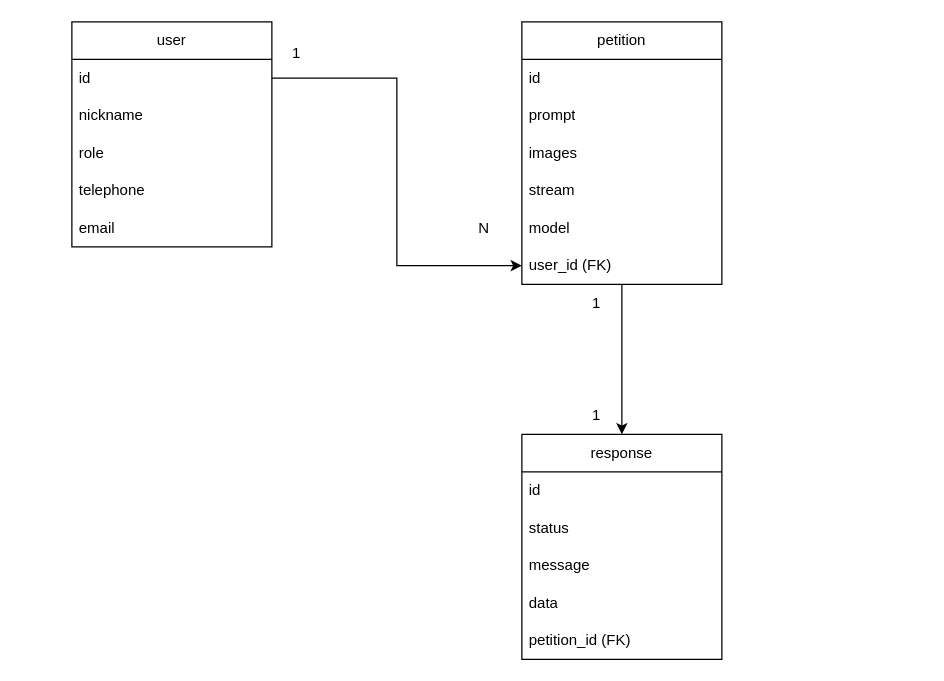
This is diagrama_db.drawio from victor06-git/UXIAServer, a draw.io file, before an edit. Source tidied: cells renumbered, new cells numbered last; positions are measured from the earlier drawing's top-left corner, leaving out a move shared by most shapes. Both pictures are drawn from the tidied source at 125%, with x=0, y=0 at pixel (71, 21).
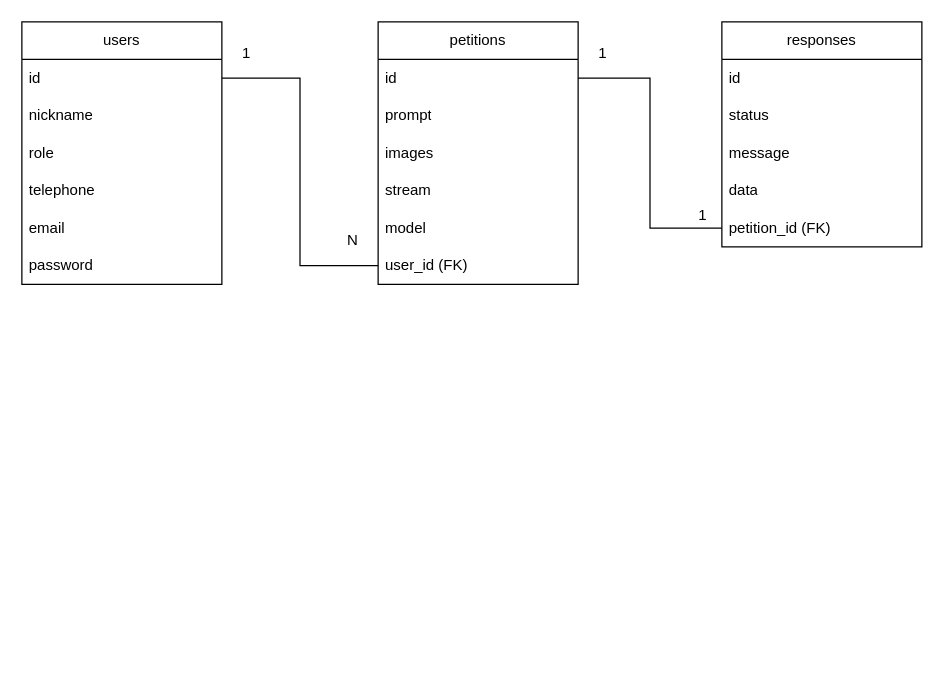
Above is the later version.

The change refers to these unchanged cells:
```xml
<mxCell id="3" value="id" style="text;strokeColor=none;fillColor=none;align=left;verticalAlign=middle;spacingLeft=4;spacingRight=4;overflow=hidden;points=[[0,0.5],[1,0.5]];portConstraint=eastwest;whiteSpace=wrap;html=1;" parent="2" vertex="1">
  <mxGeometry y="30" width="160" height="30" as="geometry" />
</mxCell>
<mxCell id="10" value="id" style="text;strokeColor=none;fillColor=none;align=left;verticalAlign=middle;spacingLeft=4;spacingRight=4;overflow=hidden;points=[[0,0.5],[1,0.5]];portConstraint=eastwest;whiteSpace=wrap;html=1;" parent="9" vertex="1">
  <mxGeometry y="30" width="160" height="30" as="geometry" />
</mxCell>
<mxCell id="15" value="user_id (FK)" style="text;strokeColor=none;fillColor=none;align=left;verticalAlign=middle;spacingLeft=4;spacingRight=4;overflow=hidden;points=[[0,0.5],[1,0.5]];portConstraint=eastwest;whiteSpace=wrap;html=1;" parent="9" vertex="1">
  <mxGeometry y="180" width="160" height="30" as="geometry" />
</mxCell>
<mxCell id="21" value="petition_id (FK)" style="text;strokeColor=none;fillColor=none;align=left;verticalAlign=middle;spacingLeft=4;spacingRight=4;overflow=hidden;points=[[0,0.5],[1,0.5]];portConstraint=eastwest;whiteSpace=wrap;html=1;" parent="16" vertex="1">
  <mxGeometry y="150" width="160" height="30" as="geometry" />
</mxCell>
```

The edit, as a diff of the source:
```diff
@@
-    <mxCell id="2" value="user" style="swimlane;fontStyle=0;horizontal=1;startSize=30;whiteSpace=wrap;html=1;" parent="1" vertex="1">
-      <mxGeometry width="160" height="180" as="geometry" />
+    <mxCell id="2" value="users" style="swimlane;fontStyle=0;horizontal=1;startSize=30;whiteSpace=wrap;html=1;" parent="1" vertex="1">
+      <mxGeometry x="-40" width="160" height="210" as="geometry" />
     </mxCell>
@@
-    <mxCell id="8" style="edgeStyle=orthogonalEdgeStyle;rounded=0;jettySize=auto;html=1;entryX=0.5;entryY=0;entryDx=0;entryDy=0;" parent="1" edge="1" source="9" target="16">
-      <mxGeometry relative="1" as="geometry" />
-    </mxCell>
+    <mxCell id="27" value="password" style="text;strokeColor=none;fillColor=none;align=left;verticalAlign=middle;spacingLeft=4;spacingRight=4;overflow=hidden;whiteSpace=wrap;html=1;" parent="2" vertex="1">
+      <mxGeometry y="180" width="160" height="30" as="geometry" />
+    </mxCell>
-    <mxCell id="9" value="petition" style="swimlane;fontStyle=0;horizontal=1;startSize=30;whiteSpace=wrap;html=1;" parent="1" vertex="1">
-      <mxGeometry x="360" width="160" height="210" as="geometry" />
+    <mxCell id="9" value="petitions" style="swimlane;fontStyle=0;horizontal=1;startSize=30;whiteSpace=wrap;html=1;" parent="1" vertex="1">
+      <mxGeometry x="245" width="160" height="210" as="geometry" />
     </mxCell>
@@
-    <mxCell id="16" value="response" style="swimlane;fontStyle=0;horizontal=1;startSize=30;whiteSpace=wrap;html=1;" parent="1" vertex="1">
-      <mxGeometry x="360" y="330" width="160" height="180" as="geometry" />
+    <mxCell id="16" value="responses" style="swimlane;fontStyle=0;horizontal=1;startSize=30;whiteSpace=wrap;html=1;" parent="1" vertex="1">
+      <mxGeometry x="520" width="160" height="180" as="geometry" />
     </mxCell>
@@
-    <mxCell id="22" style="edgeStyle=orthogonalEdgeStyle;rounded=0;jettySize=auto;html=1;entryX=0;entryY=0.5;entryDx=0;entryDy=0;" parent="1" edge="1" source="3" target="15">
+    <mxCell id="22" style="edgeStyle=orthogonalEdgeStyle;rounded=0;jettySize=auto;html=1;entryX=0;entryY=0.5;entryDx=0;entryDy=0;endArrow=none;endFill=0;" parent="1" edge="1" source="3" target="15">
       <mxGeometry relative="1" as="geometry" />
     </mxCell>
     <mxCell id="23" value="1" style="text;html=1;whiteSpace=wrap;strokeColor=none;fillColor=none;align=center;verticalAlign=middle;rounded=0;" parent="1" vertex="1">
-      <mxGeometry x="165" y="10" width="30" height="30" as="geometry" />
+      <mxGeometry x="125" y="10" width="30" height="30" as="geometry" />
     </mxCell>
     <mxCell id="24" value="N" style="text;html=1;whiteSpace=wrap;strokeColor=none;fillColor=none;align=center;verticalAlign=middle;rounded=0;" parent="1" vertex="1">
-      <mxGeometry x="315" y="150" width="30" height="30" as="geometry" />
+      <mxGeometry x="210" y="160" width="30" height="30" as="geometry" />
     </mxCell>
     <mxCell id="25" value="1" style="text;html=1;whiteSpace=wrap;strokeColor=none;fillColor=none;align=center;verticalAlign=middle;rounded=0;" parent="1" vertex="1">
-      <mxGeometry x="405" y="210" width="30" height="30" as="geometry" />
+      <mxGeometry x="410" y="10" width="30" height="30" as="geometry" />
     </mxCell>
     <mxCell id="26" value="1" style="text;html=1;whiteSpace=wrap;strokeColor=none;fillColor=none;align=center;verticalAlign=middle;rounded=0;" parent="1" vertex="1">
-      <mxGeometry x="405" y="300" width="30" height="30" as="geometry" />
+      <mxGeometry x="490" y="140" width="30" height="30" as="geometry" />
     </mxCell>
+    <mxCell id="28" style="edgeStyle=orthogonalEdgeStyle;rounded=0;jettySize=auto;html=1;entryX=0;entryY=0.5;entryDx=0;entryDy=0;endArrow=none;endFill=0;" parent="1" edge="1" source="10" target="21">
+      <mxGeometry relative="1" as="geometry" />
+    </mxCell>
```
